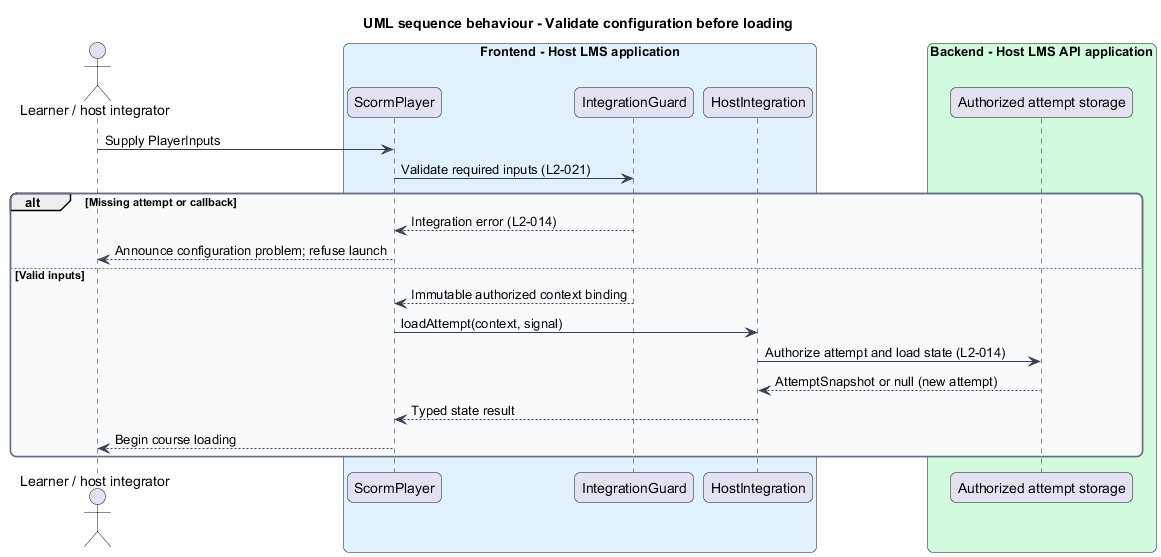
Above: docs/detailed-designs/scorm-player/integrate-host/diagrams/sequence-configure.png in QuinntyneBrown/Tessera (PlantUML), before the change. The source it was exported from:
```plantuml
@startuml
title UML sequence behaviour - Validate configuration before loading
skinparam backgroundColor #FFFFFF
skinparam shadowing false
skinparam roundcorner 12
skinparam defaultFontName Arial
skinparam ArrowColor #344054
skinparam rectangle {
  BorderColor #344054
  FontColor #101828
}
skinparam package {
  BorderColor #667085
  FontColor #101828
  BackgroundColor #F9FAFB
}
actor "Learner / host integrator" as actor
box "Frontend - Host LMS application" #E0F2FE
  participant "ScormPlayer" as shell
  participant "IntegrationGuard" as core
  participant "HostIntegration" as host
end box
box "Backend - Host LMS API application" #D1FADF
  participant "Authorized attempt storage" as api
end box

actor -> shell : Supply PlayerInputs
shell -> core : Validate required inputs (L2-021)
alt Missing attempt or callback
  core --> shell : Integration error (L2-014)
  shell --> actor : Announce configuration problem; refuse launch
else Valid inputs
  core --> shell : Immutable authorized context binding
  shell -> host : loadAttempt(context, signal)
  host -> api : Authorize attempt and load state (L2-014)
  api --> host : AttemptSnapshot or null (new attempt)
  host --> shell : Typed state result
  shell --> actor : Begin course loading
end
@enduml
```
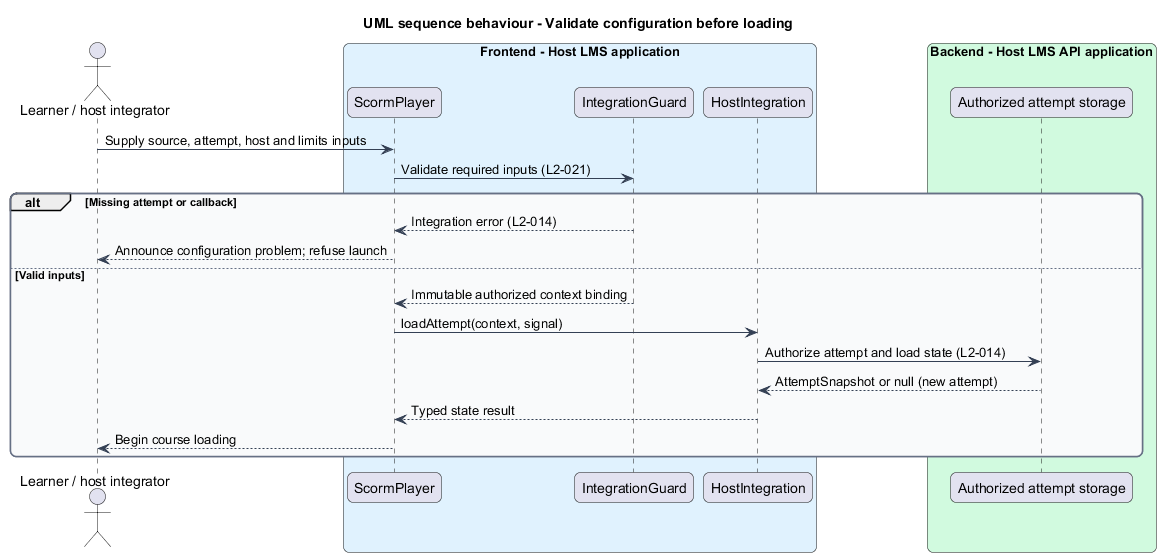
The same diagram one commit later.

What changed in the source:
```diff
@@ -24,7 +24,7 @@
   participant "Authorized attempt storage" as api
 end box
 
-actor -> shell : Supply PlayerInputs
+actor -> shell : Supply source, attempt, host and limits inputs
 shell -> core : Validate required inputs (L2-021)
 alt Missing attempt or callback
   core --> shell : Integration error (L2-014)
```
